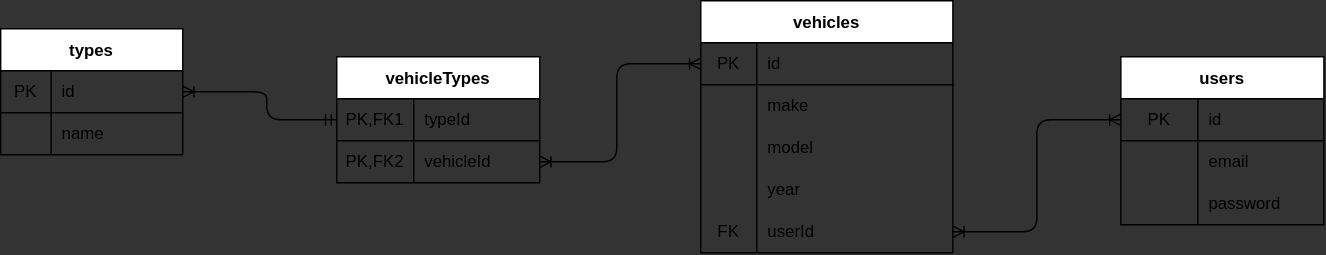
The draw.io diagram .drawio.svg in carlos-villatoro/carzilla-search, before a commit. Source tidied: cells renumbered, new cells last; positions are measured from the earlier drawing's top-left corner, leaving out a move shared by most shapes.
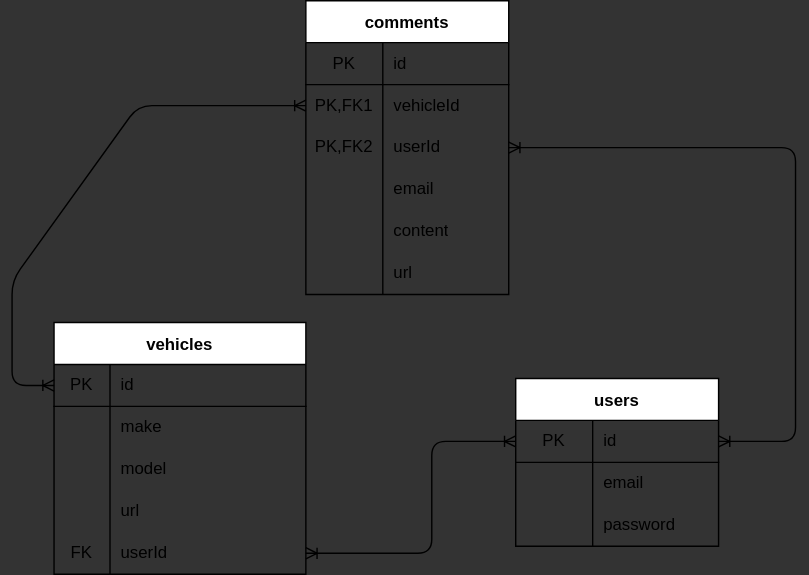
After the change.

The edit, as a diff of the source:
```diff
@@ -2,149 +2,165 @@
   <root>
     <mxCell id="0" />
     <mxCell id="1" parent="0" />
-    <mxCell id="2" value="types" style="shape=table;startSize=30;rowLines=0;fontStyle=1;align=center;perimeterSpacing=1;" parent="1" vertex="1">
-      <mxGeometry y="20" width="130" height="90" as="geometry" />
-    </mxCell>
-    <mxCell id="3" style="shape=partialRectangle;html=1;whiteSpace=wrap;fillColor=none;top=0;left=0;bottom=1;right=0;points=[[0,0.5],[1,0.5]];portConstraint=eastwest;" parent="2" vertex="1">
-      <mxGeometry y="30" width="130" height="30" as="geometry" />
-    </mxCell>
-    <mxCell id="4" value="PK" style="shape=partialRectangle;html=1;whiteSpace=wrap;fillColor=none;top=0;left=0;bottom=0;right=0;overflow=hidden;" parent="3" vertex="1">
-      <mxGeometry width="36" height="30" as="geometry" />
-    </mxCell>
-    <mxCell id="5" value="id" style="shape=partialRectangle;html=1;whiteSpace=wrap;top=0;left=0;bottom=0;right=0;align=left;spacingLeft=6;overflow=hidden;perimeterSpacing=1;strokeColor=default;fillColor=none;" parent="3" vertex="1">
-      <mxGeometry x="36" width="94" height="30" as="geometry" />
-    </mxCell>
-    <mxCell id="6" style="shape=partialRectangle;html=1;whiteSpace=wrap;fillColor=none;top=0;left=0;bottom=0;right=0;" parent="2" vertex="1">
-      <mxGeometry y="60" width="130" height="30" as="geometry" />
-    </mxCell>
-    <mxCell id="7" style="shape=partialRectangle;html=1;whiteSpace=wrap;fillColor=none;top=0;left=0;bottom=0;right=0;overflow=hidden;" parent="6" vertex="1">
-      <mxGeometry width="36" height="30" as="geometry" />
-    </mxCell>
-    <mxCell id="8" value="name" style="shape=partialRectangle;html=1;whiteSpace=wrap;fillColor=none;top=0;left=0;bottom=0;right=0;align=left;spacingLeft=6;overflow=hidden;" parent="6" vertex="1">
-      <mxGeometry x="36" width="94" height="30" as="geometry" />
-    </mxCell>
-    <mxCell id="9" value="vehicleTypes" style="shape=table;startSize=30;rowLines=0;fontStyle=1;align=center;" parent="1" vertex="1">
-      <mxGeometry x="240" y="40" width="145" height="90" as="geometry" />
+    <mxCell id="9" value="comments" style="shape=table;startSize=30;rowLines=0;fontStyle=1;align=center;labelBackgroundColor=none;" parent="1" vertex="1">
+      <mxGeometry x="440" y="-110" width="145" height="210" as="geometry" />
     </mxCell>
-    <mxCell id="10" style="shape=partialRectangle;html=1;whiteSpace=wrap;fillColor=none;top=0;left=0;bottom=1;right=0;points=[[0,0.5],[1,0.5]];portConstraint=eastwest;" parent="9" vertex="1">
+    <mxCell id="10" style="shape=partialRectangle;html=1;whiteSpace=wrap;fillColor=none;top=0;left=0;bottom=1;right=0;points=[[0,0.5],[1,0.5]];portConstraint=eastwest;labelBackgroundColor=none;" parent="9" vertex="1">
       <mxGeometry y="30" width="145" height="30" as="geometry" />
     </mxCell>
-    <mxCell id="11" value="PK,FK1" style="shape=partialRectangle;html=1;whiteSpace=wrap;fillColor=none;top=0;left=0;bottom=0;right=0;overflow=hidden;" parent="10" vertex="1">
+    <mxCell id="11" value="PK" style="shape=partialRectangle;html=1;whiteSpace=wrap;fillColor=none;top=0;left=0;bottom=0;right=0;overflow=hidden;labelBackgroundColor=none;" parent="10" vertex="1">
       <mxGeometry width="55" height="30" as="geometry" />
     </mxCell>
-    <mxCell id="12" value="typeId" style="shape=partialRectangle;html=1;whiteSpace=wrap;fillColor=none;top=0;left=0;bottom=0;right=0;align=left;spacingLeft=6;overflow=hidden;" parent="10" vertex="1">
+    <mxCell id="12" value="id" style="shape=partialRectangle;html=1;whiteSpace=wrap;fillColor=none;top=0;left=0;bottom=0;right=0;align=left;spacingLeft=6;overflow=hidden;labelBackgroundColor=none;" parent="10" vertex="1">
       <mxGeometry x="55" width="90" height="30" as="geometry" />
     </mxCell>
-    <mxCell id="13" style="shape=partialRectangle;html=1;whiteSpace=wrap;fillColor=none;top=0;left=0;bottom=0;right=0;points=[[0,0.5],[1,0.5]];portConstraint=eastwest;" parent="9" vertex="1">
+    <mxCell id="13" style="shape=partialRectangle;html=1;whiteSpace=wrap;fillColor=none;top=0;left=0;bottom=0;right=0;points=[[0,0.5],[1,0.5]];portConstraint=eastwest;labelBackgroundColor=none;" parent="9" vertex="1">
       <mxGeometry y="60" width="145" height="30" as="geometry" />
     </mxCell>
-    <mxCell id="14" value="PK,FK2" style="shape=partialRectangle;html=1;whiteSpace=wrap;fillColor=none;top=0;left=0;bottom=0;right=0;overflow=hidden;" parent="13" vertex="1">
+    <mxCell id="14" value="PK,FK1" style="shape=partialRectangle;html=1;whiteSpace=wrap;fillColor=none;top=0;left=0;bottom=0;right=0;overflow=hidden;labelBackgroundColor=none;" parent="13" vertex="1">
       <mxGeometry width="55" height="30" as="geometry" />
     </mxCell>
-    <mxCell id="15" value="vehicleId" style="shape=partialRectangle;html=1;whiteSpace=wrap;fillColor=none;top=0;left=0;bottom=0;right=0;align=left;spacingLeft=6;overflow=hidden;" parent="13" vertex="1">
+    <mxCell id="15" value="vehicleId" style="shape=partialRectangle;html=1;whiteSpace=wrap;fillColor=none;top=0;left=0;bottom=0;right=0;align=left;spacingLeft=6;overflow=hidden;labelBackgroundColor=none;" parent="13" vertex="1">
       <mxGeometry x="55" width="90" height="30" as="geometry" />
     </mxCell>
+    <mxCell id="44" style="shape=partialRectangle;html=1;whiteSpace=wrap;fillColor=none;top=0;left=0;bottom=0;right=0;points=[[0,0.5],[1,0.5]];portConstraint=eastwest;labelBackgroundColor=none;" parent="9" vertex="1">
+      <mxGeometry y="90" width="145" height="30" as="geometry" />
+    </mxCell>
+    <mxCell id="45" value="PK,FK2" style="shape=partialRectangle;html=1;whiteSpace=wrap;fillColor=none;top=0;left=0;bottom=0;right=0;overflow=hidden;labelBackgroundColor=none;" parent="44" vertex="1">
+      <mxGeometry width="55" height="30" as="geometry" />
+    </mxCell>
+    <mxCell id="46" value="userId" style="shape=partialRectangle;html=1;whiteSpace=wrap;fillColor=none;top=0;left=0;bottom=0;right=0;align=left;spacingLeft=6;overflow=hidden;labelBackgroundColor=none;" parent="44" vertex="1">
+      <mxGeometry x="55" width="90" height="30" as="geometry" />
+    </mxCell>
+    <mxCell id="47" style="shape=partialRectangle;html=1;whiteSpace=wrap;fillColor=none;top=0;left=0;bottom=0;right=0;labelBackgroundColor=none;" parent="9" vertex="1">
+      <mxGeometry y="120" width="145" height="30" as="geometry" />
+    </mxCell>
+    <mxCell id="48" style="shape=partialRectangle;html=1;whiteSpace=wrap;fillColor=none;top=0;left=0;bottom=0;right=0;overflow=hidden;labelBackgroundColor=none;" parent="47" vertex="1">
+      <mxGeometry width="55" height="30" as="geometry" />
+    </mxCell>
+    <mxCell id="49" value="email" style="shape=partialRectangle;html=1;whiteSpace=wrap;fillColor=none;top=0;left=0;bottom=0;right=0;align=left;spacingLeft=6;overflow=hidden;labelBackgroundColor=none;" parent="47" vertex="1">
+      <mxGeometry x="55" width="90" height="30" as="geometry" />
+    </mxCell>
+    <mxCell id="50" style="shape=partialRectangle;html=1;whiteSpace=wrap;fillColor=none;top=0;left=0;bottom=0;right=0;labelBackgroundColor=none;" parent="9" vertex="1">
+      <mxGeometry y="150" width="145" height="30" as="geometry" />
+    </mxCell>
+    <mxCell id="51" style="shape=partialRectangle;html=1;whiteSpace=wrap;fillColor=none;top=0;left=0;bottom=0;right=0;overflow=hidden;labelBackgroundColor=none;" parent="50" vertex="1">
+      <mxGeometry width="55" height="30" as="geometry" />
+    </mxCell>
+    <mxCell id="52" value="content" style="shape=partialRectangle;html=1;whiteSpace=wrap;fillColor=none;top=0;left=0;bottom=0;right=0;align=left;spacingLeft=6;overflow=hidden;labelBackgroundColor=none;" parent="50" vertex="1">
+      <mxGeometry x="55" width="90" height="30" as="geometry" />
+    </mxCell>
+    <mxCell id="53" style="shape=partialRectangle;html=1;whiteSpace=wrap;fillColor=none;top=0;left=0;bottom=0;right=0;labelBackgroundColor=none;" parent="9" vertex="1">
+      <mxGeometry y="180" width="145" height="30" as="geometry" />
+    </mxCell>
+    <mxCell id="54" style="shape=partialRectangle;html=1;whiteSpace=wrap;fillColor=none;top=0;left=0;bottom=0;right=0;overflow=hidden;labelBackgroundColor=none;" parent="53" vertex="1">
+      <mxGeometry width="55" height="30" as="geometry" />
+    </mxCell>
+    <mxCell id="55" value="url" style="shape=partialRectangle;html=1;whiteSpace=wrap;fillColor=none;top=0;left=0;bottom=0;right=0;align=left;spacingLeft=6;overflow=hidden;labelBackgroundColor=none;" parent="53" vertex="1">
+      <mxGeometry x="55" width="90" height="30" as="geometry" />
+    </mxCell>
-    <mxCell id="16" value="vehicles" style="shape=table;startSize=30;rowLines=0;fontStyle=1;align=center;" parent="1" vertex="1">
-      <mxGeometry x="500" width="180" height="180" as="geometry" />
+    <mxCell id="16" value="vehicles" style="shape=table;startSize=30;rowLines=0;fontStyle=1;align=center;labelBackgroundColor=none;" parent="1" vertex="1">
+      <mxGeometry x="260" y="120" width="180" height="180" as="geometry" />
     </mxCell>
-    <mxCell id="17" style="shape=partialRectangle;html=1;whiteSpace=wrap;fillColor=none;top=0;left=0;bottom=1;right=0;points=[[0,0.5],[1,0.5]];portConstraint=eastwest;" parent="16" vertex="1">
+    <mxCell id="17" style="shape=partialRectangle;html=1;whiteSpace=wrap;fillColor=none;top=0;left=0;bottom=1;right=0;points=[[0,0.5],[1,0.5]];portConstraint=eastwest;labelBackgroundColor=none;" parent="16" vertex="1">
       <mxGeometry y="30" width="180" height="30" as="geometry" />
     </mxCell>
-    <mxCell id="18" value="PK" style="shape=partialRectangle;html=1;whiteSpace=wrap;fillColor=none;top=0;left=0;bottom=0;right=0;overflow=hidden;" parent="17" vertex="1">
+    <mxCell id="18" value="PK" style="shape=partialRectangle;html=1;whiteSpace=wrap;fillColor=none;top=0;left=0;bottom=0;right=0;overflow=hidden;labelBackgroundColor=none;" parent="17" vertex="1">
       <mxGeometry width="40" height="30" as="geometry" />
     </mxCell>
-    <mxCell id="19" value="id" style="shape=partialRectangle;html=1;whiteSpace=wrap;fillColor=none;top=0;left=0;bottom=0;right=0;align=left;spacingLeft=6;overflow=hidden;" parent="17" vertex="1">
+    <mxCell id="19" value="id" style="shape=partialRectangle;html=1;whiteSpace=wrap;fillColor=none;top=0;left=0;bottom=0;right=0;align=left;spacingLeft=6;overflow=hidden;labelBackgroundColor=none;" parent="17" vertex="1">
       <mxGeometry x="40" width="140" height="30" as="geometry" />
     </mxCell>
-    <mxCell id="20" style="shape=partialRectangle;html=1;whiteSpace=wrap;fillColor=none;top=0;left=0;bottom=0;right=0;" parent="16" vertex="1">
+    <mxCell id="20" style="shape=partialRectangle;html=1;whiteSpace=wrap;fillColor=none;top=0;left=0;bottom=0;right=0;labelBackgroundColor=none;" parent="16" vertex="1">
       <mxGeometry y="60" width="180" height="30" as="geometry" />
     </mxCell>
-    <mxCell id="21" style="shape=partialRectangle;html=1;whiteSpace=wrap;fillColor=none;top=0;left=0;bottom=0;right=0;overflow=hidden;" parent="20" vertex="1">
+    <mxCell id="21" style="shape=partialRectangle;html=1;whiteSpace=wrap;fillColor=none;top=0;left=0;bottom=0;right=0;overflow=hidden;labelBackgroundColor=none;" parent="20" vertex="1">
       <mxGeometry width="40" height="30" as="geometry" />
     </mxCell>
-    <mxCell id="22" value="make" style="shape=partialRectangle;html=1;whiteSpace=wrap;fillColor=none;top=0;left=0;bottom=0;right=0;align=left;spacingLeft=6;overflow=hidden;" parent="20" vertex="1">
+    <mxCell id="22" value="make" style="shape=partialRectangle;html=1;whiteSpace=wrap;fillColor=none;top=0;left=0;bottom=0;right=0;align=left;spacingLeft=6;overflow=hidden;labelBackgroundColor=none;" parent="20" vertex="1">
       <mxGeometry x="40" width="140" height="30" as="geometry" />
     </mxCell>
-    <mxCell id="23" style="shape=partialRectangle;html=1;whiteSpace=wrap;fillColor=none;top=0;left=0;bottom=0;right=0;" parent="16" vertex="1">
+    <mxCell id="23" style="shape=partialRectangle;html=1;whiteSpace=wrap;fillColor=none;top=0;left=0;bottom=0;right=0;labelBackgroundColor=none;" parent="16" vertex="1">
       <mxGeometry y="90" width="180" height="30" as="geometry" />
     </mxCell>
-    <mxCell id="24" style="shape=partialRectangle;html=1;whiteSpace=wrap;fillColor=none;top=0;left=0;bottom=0;right=0;overflow=hidden;" parent="23" vertex="1">
+    <mxCell id="24" style="shape=partialRectangle;html=1;whiteSpace=wrap;fillColor=none;top=0;left=0;bottom=0;right=0;overflow=hidden;labelBackgroundColor=none;" parent="23" vertex="1">
       <mxGeometry width="40" height="30" as="geometry" />
     </mxCell>
-    <mxCell id="25" value="model" style="shape=partialRectangle;html=1;whiteSpace=wrap;fillColor=none;top=0;left=0;bottom=0;right=0;align=left;spacingLeft=6;overflow=hidden;" parent="23" vertex="1">
+    <mxCell id="25" value="model" style="shape=partialRectangle;html=1;whiteSpace=wrap;fillColor=none;top=0;left=0;bottom=0;right=0;align=left;spacingLeft=6;overflow=hidden;labelBackgroundColor=none;" parent="23" vertex="1">
       <mxGeometry x="40" width="140" height="30" as="geometry" />
     </mxCell>
-    <mxCell id="26" style="shape=partialRectangle;html=1;whiteSpace=wrap;fillColor=none;top=0;left=0;bottom=0;right=0;" parent="16" vertex="1">
+    <mxCell id="26" style="shape=partialRectangle;html=1;whiteSpace=wrap;fillColor=none;top=0;left=0;bottom=0;right=0;labelBackgroundColor=none;" parent="16" vertex="1">
       <mxGeometry y="120" width="180" height="30" as="geometry" />
     </mxCell>
-    <mxCell id="27" style="shape=partialRectangle;html=1;whiteSpace=wrap;fillColor=none;top=0;left=0;bottom=0;right=0;overflow=hidden;" parent="26" vertex="1">
+    <mxCell id="27" style="shape=partialRectangle;html=1;whiteSpace=wrap;fillColor=none;top=0;left=0;bottom=0;right=0;overflow=hidden;labelBackgroundColor=none;" parent="26" vertex="1">
       <mxGeometry width="40" height="30" as="geometry" />
     </mxCell>
-    <mxCell id="28" value="year" style="shape=partialRectangle;html=1;whiteSpace=wrap;fillColor=none;top=0;left=0;bottom=0;right=0;align=left;spacingLeft=6;overflow=hidden;" parent="26" vertex="1">
+    <mxCell id="28" value="url" style="shape=partialRectangle;html=1;whiteSpace=wrap;fillColor=none;top=0;left=0;bottom=0;right=0;align=left;spacingLeft=6;overflow=hidden;labelBackgroundColor=none;" parent="26" vertex="1">
       <mxGeometry x="40" width="140" height="30" as="geometry" />
     </mxCell>
-    <mxCell id="29" style="shape=partialRectangle;html=1;whiteSpace=wrap;fillColor=none;top=0;left=0;bottom=0;right=0;points=[[0,0.5],[1,0.5]];portConstraint=eastwest;" parent="16" vertex="1">
+    <mxCell id="29" style="shape=partialRectangle;html=1;whiteSpace=wrap;fillColor=none;top=0;left=0;bottom=0;right=0;points=[[0,0.5],[1,0.5]];portConstraint=eastwest;labelBackgroundColor=none;" parent="16" vertex="1">
       <mxGeometry y="150" width="180" height="30" as="geometry" />
     </mxCell>
-    <mxCell id="30" value="FK" style="shape=partialRectangle;html=1;whiteSpace=wrap;fillColor=none;top=0;left=0;bottom=0;right=0;overflow=hidden;" parent="29" vertex="1">
+    <mxCell id="30" value="FK" style="shape=partialRectangle;html=1;whiteSpace=wrap;fillColor=none;top=0;left=0;bottom=0;right=0;overflow=hidden;labelBackgroundColor=none;" parent="29" vertex="1">
       <mxGeometry width="40" height="30" as="geometry" />
     </mxCell>
-    <mxCell id="31" value="userId" style="shape=partialRectangle;html=1;whiteSpace=wrap;fillColor=none;top=0;left=0;bottom=0;right=0;align=left;spacingLeft=6;overflow=hidden;" parent="29" vertex="1">
+    <mxCell id="31" value="userId" style="shape=partialRectangle;html=1;whiteSpace=wrap;fillColor=none;top=0;left=0;bottom=0;right=0;align=left;spacingLeft=6;overflow=hidden;labelBackgroundColor=none;" parent="29" vertex="1">
       <mxGeometry x="40" width="140" height="30" as="geometry" />
     </mxCell>
-    <mxCell id="32" value="users" style="shape=table;startSize=30;rowLines=0;fontStyle=1;align=center;" parent="1" vertex="1">
-      <mxGeometry x="800" y="40" width="145" height="120" as="geometry" />
+    <mxCell id="32" value="users" style="shape=table;startSize=30;rowLines=0;fontStyle=1;align=center;labelBackgroundColor=none;" parent="1" vertex="1">
+      <mxGeometry x="590" y="160" width="145" height="120" as="geometry" />
     </mxCell>
-    <mxCell id="33" style="shape=partialRectangle;html=1;whiteSpace=wrap;fillColor=none;top=0;left=0;bottom=1;right=0;points=[[0,0.5],[1,0.5]];portConstraint=eastwest;" parent="32" vertex="1">
+    <mxCell id="33" style="shape=partialRectangle;html=1;whiteSpace=wrap;fillColor=none;top=0;left=0;bottom=1;right=0;points=[[0,0.5],[1,0.5]];portConstraint=eastwest;labelBackgroundColor=none;" parent="32" vertex="1">
       <mxGeometry y="30" width="145" height="30" as="geometry" />
     </mxCell>
-    <mxCell id="34" value="PK" style="shape=partialRectangle;html=1;whiteSpace=wrap;fillColor=none;top=0;left=0;bottom=0;right=0;overflow=hidden;" parent="33" vertex="1">
+    <mxCell id="34" value="PK" style="shape=partialRectangle;html=1;whiteSpace=wrap;fillColor=none;top=0;left=0;bottom=0;right=0;overflow=hidden;labelBackgroundColor=none;" parent="33" vertex="1">
       <mxGeometry width="55" height="30" as="geometry" />
     </mxCell>
-    <mxCell id="35" value="id" style="shape=partialRectangle;html=1;whiteSpace=wrap;fillColor=none;top=0;left=0;bottom=0;right=0;align=left;spacingLeft=6;overflow=hidden;" parent="33" vertex="1">
+    <mxCell id="35" value="id" style="shape=partialRectangle;html=1;whiteSpace=wrap;fillColor=none;top=0;left=0;bottom=0;right=0;align=left;spacingLeft=6;overflow=hidden;labelBackgroundColor=none;" parent="33" vertex="1">
       <mxGeometry x="55" width="90" height="30" as="geometry" />
     </mxCell>
-    <mxCell id="36" style="shape=partialRectangle;html=1;whiteSpace=wrap;fillColor=none;top=0;left=0;bottom=0;right=0;" parent="32" vertex="1">
+    <mxCell id="36" style="shape=partialRectangle;html=1;whiteSpace=wrap;fillColor=none;top=0;left=0;bottom=0;right=0;labelBackgroundColor=none;" parent="32" vertex="1">
       <mxGeometry y="60" width="145" height="30" as="geometry" />
     </mxCell>
-    <mxCell id="37" style="shape=partialRectangle;html=1;whiteSpace=wrap;fillColor=none;top=0;left=0;bottom=0;right=0;overflow=hidden;" parent="36" vertex="1">
+    <mxCell id="37" style="shape=partialRectangle;html=1;whiteSpace=wrap;fillColor=none;top=0;left=0;bottom=0;right=0;overflow=hidden;labelBackgroundColor=none;" parent="36" vertex="1">
       <mxGeometry width="55" height="30" as="geometry" />
     </mxCell>
-    <mxCell id="38" value="email" style="shape=partialRectangle;html=1;whiteSpace=wrap;fillColor=none;top=0;left=0;bottom=0;right=0;align=left;spacingLeft=6;overflow=hidden;" parent="36" vertex="1">
+    <mxCell id="38" value="email" style="shape=partialRectangle;html=1;whiteSpace=wrap;fillColor=none;top=0;left=0;bottom=0;right=0;align=left;spacingLeft=6;overflow=hidden;labelBackgroundColor=none;" parent="36" vertex="1">
       <mxGeometry x="55" width="90" height="30" as="geometry" />
     </mxCell>
-    <mxCell id="39" style="shape=partialRectangle;html=1;whiteSpace=wrap;fillColor=none;top=0;left=0;bottom=0;right=0;" parent="32" vertex="1">
+    <mxCell id="39" style="shape=partialRectangle;html=1;whiteSpace=wrap;fillColor=none;top=0;left=0;bottom=0;right=0;labelBackgroundColor=none;" parent="32" vertex="1">
       <mxGeometry y="90" width="145" height="30" as="geometry" />
     </mxCell>
-    <mxCell id="40" style="shape=partialRectangle;html=1;whiteSpace=wrap;fillColor=none;top=0;left=0;bottom=0;right=0;overflow=hidden;" parent="39" vertex="1">
+    <mxCell id="40" style="shape=partialRectangle;html=1;whiteSpace=wrap;fillColor=none;top=0;left=0;bottom=0;right=0;overflow=hidden;labelBackgroundColor=none;" parent="39" vertex="1">
       <mxGeometry width="55" height="30" as="geometry" />
     </mxCell>
-    <mxCell id="41" value="password" style="shape=partialRectangle;html=1;whiteSpace=wrap;fillColor=none;top=0;left=0;bottom=0;right=0;align=left;spacingLeft=6;overflow=hidden;" parent="39" vertex="1">
+    <mxCell id="41" value="password" style="shape=partialRectangle;html=1;whiteSpace=wrap;fillColor=none;top=0;left=0;bottom=0;right=0;align=left;spacingLeft=6;overflow=hidden;labelBackgroundColor=none;" parent="39" vertex="1">
       <mxGeometry x="55" width="90" height="30" as="geometry" />
     </mxCell>
-    <mxCell id="42" style="edgeStyle=none;html=1;exitX=0;exitY=0.5;exitDx=0;exitDy=0;entryX=1;entryY=0.5;entryDx=0;entryDy=0;endArrow=ERoneToMany;endFill=0;startArrow=ERoneToMany;startFill=0;" parent="1" edge="1" source="33" target="29">
+    <mxCell id="42" style="edgeStyle=none;html=1;exitX=0;exitY=0.5;exitDx=0;exitDy=0;entryX=1;entryY=0.5;entryDx=0;entryDy=0;endArrow=ERoneToMany;endFill=0;startArrow=ERoneToMany;startFill=0;labelBackgroundColor=none;" parent="1" edge="1" source="33" target="29">
       <mxGeometry relative="1" as="geometry">
         <Array as="points">
-          <mxPoint x="740" y="85" />
-          <mxPoint x="740" y="165" />
+          <mxPoint x="530" y="205" />
+          <mxPoint x="530" y="285" />
         </Array>
       </mxGeometry>
     </mxCell>
-    <mxCell id="43" style="edgeStyle=none;html=1;exitX=0;exitY=0.5;exitDx=0;exitDy=0;entryX=1;entryY=0.5;entryDx=0;entryDy=0;startArrow=ERoneToMany;startFill=0;endArrow=ERoneToMany;endFill=0;" parent="1" edge="1" source="17" target="13">
+    <mxCell id="43" style="edgeStyle=none;html=1;exitX=0;exitY=0.5;exitDx=0;exitDy=0;entryX=0;entryY=0.5;entryDx=0;entryDy=0;startArrow=ERoneToMany;startFill=0;endArrow=ERoneToMany;endFill=0;labelBackgroundColor=none;" parent="1" edge="1" source="17" target="13">
       <mxGeometry relative="1" as="geometry">
         <Array as="points">
-          <mxPoint x="440" y="45" />
-          <mxPoint x="440" y="115" />
+          <mxPoint x="230" y="165" />
+          <mxPoint x="230" y="90" />
+          <mxPoint x="320" y="-35" />
         </Array>
       </mxGeometry>
     </mxCell>
-    <mxCell id="44" style="edgeStyle=none;html=1;exitX=0;exitY=0.5;exitDx=0;exitDy=0;entryX=1;entryY=0.5;entryDx=0;entryDy=0;startArrow=ERmandOne;startFill=0;endArrow=ERoneToMany;endFill=0;" parent="1" edge="1" source="10" target="3">
-      <mxGeometry relative="1" as="geometry">
-        <Array as="points">
-          <mxPoint x="190" y="85" />
-          <mxPoint x="190" y="65" />
-        </Array>
-      </mxGeometry>
-    </mxCell>
+    <mxCell id="56" style="edgeStyle=none;html=1;exitX=1;exitY=0.5;exitDx=0;exitDy=0;entryX=1;entryY=0.5;entryDx=0;entryDy=0;startArrow=ERoneToMany;startFill=0;endArrow=ERoneToMany;endFill=0;labelBackgroundColor=none;" parent="1" edge="1" source="33" target="44">
+      <mxGeometry relative="1" as="geometry">
+        <Array as="points">
+          <mxPoint x="790" y="205" />
+          <mxPoint x="790" y="-5" />
+        </Array>
+      </mxGeometry>
+    </mxCell>
   </root>
 </mxGraphModel>
```
